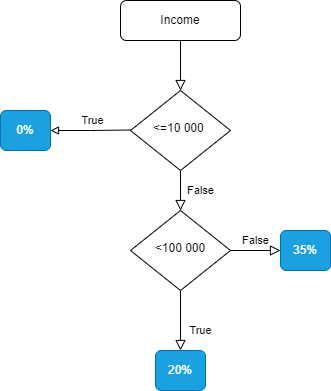
Soldat72/draws_and_charts keeps this draw.io diagram as Invome&taxes.drawio.png. Above is the earlier version. Source tidied: cells renumbered, new cells last; positions are measured from the earlier drawing's top-left corner, leaving out a move shared by most shapes.
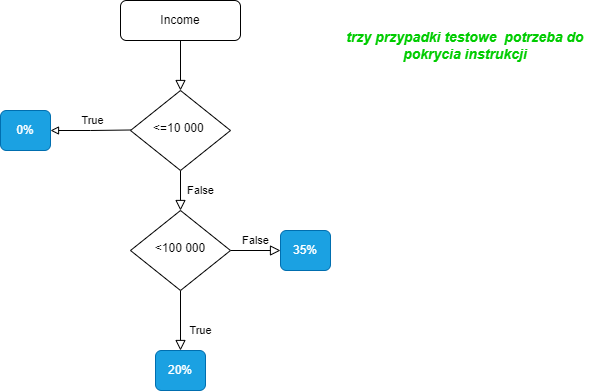
Later version of the same file.

Change to the diagram source:
```diff
@@ -38,5 +38,8 @@
     <mxCell id="12" value="0%" style="rounded=1;whiteSpace=wrap;html=1;fontSize=12;fillColor=#1ba1e2;fontColor=#ffffff;strokeColor=#006EAF;imageWidth=24;imageHeight=24;" parent="1" vertex="1">
       <mxGeometry y="110" width="50" height="40" as="geometry" />
     </mxCell>
+    <mxCell id="13" value="&lt;b style=&quot;font-size: 14px;&quot;&gt;&lt;i style=&quot;font-size: 14px;&quot;&gt;trzy przypadki testowe &amp;nbsp;potrzeba do pokrycia instrukcji&lt;/i&gt;&lt;/b&gt;" style="text;html=1;align=center;verticalAlign=middle;whiteSpace=wrap;rounded=0;fontColor=#00CC00;fontSize=14;" parent="1" vertex="1">
+      <mxGeometry x="340" y="30" width="250" height="30" as="geometry" />
+    </mxCell>
   </root>
 </mxGraphModel>
```
